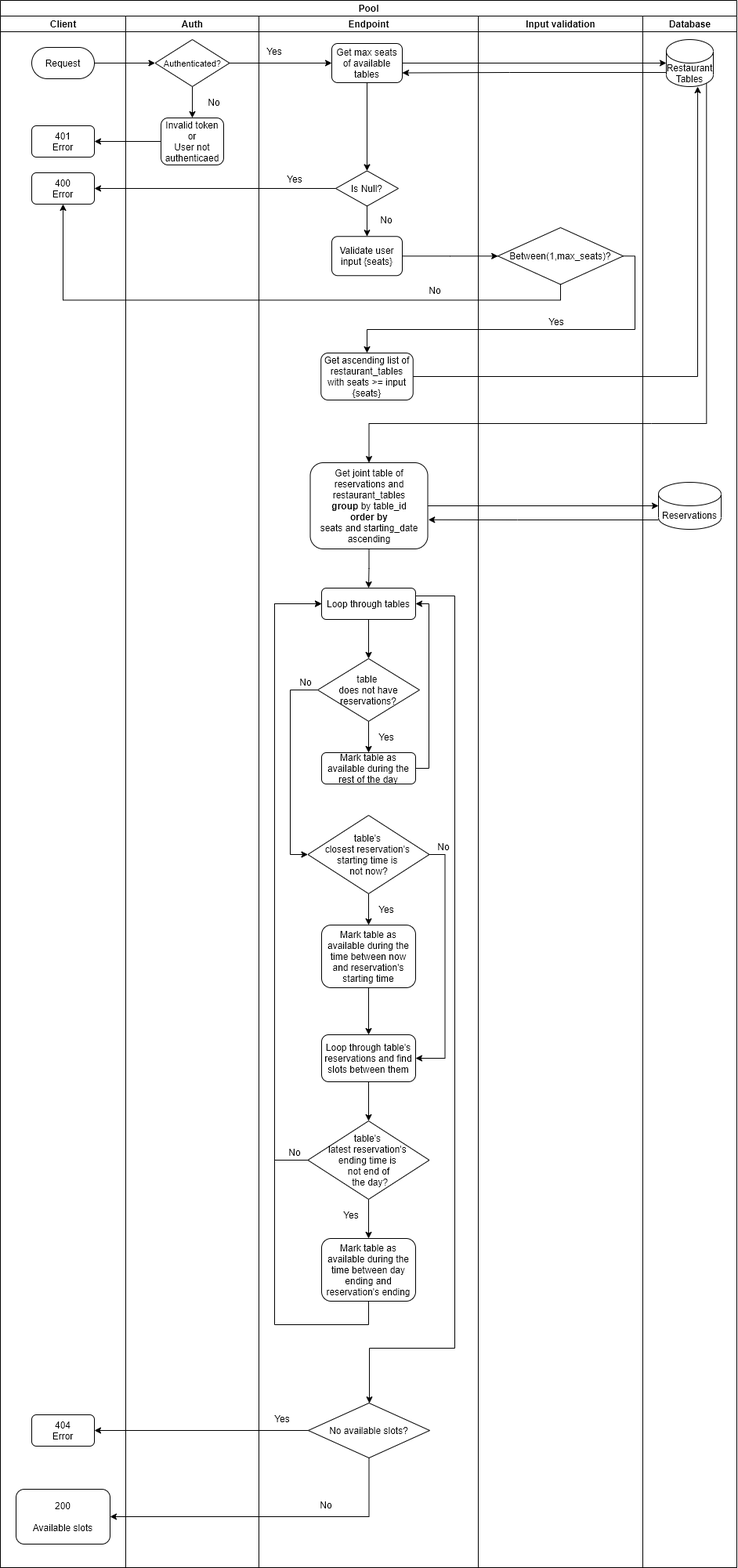
Earlier version of the draw.io export TableReservationFlow_CheckAvailable.png (MrAghyad/RestaurantTableReservation). Source tidied: cells renumbered, new cells last; positions are measured from the earlier drawing's top-left corner, leaving out a move shared by most shapes.
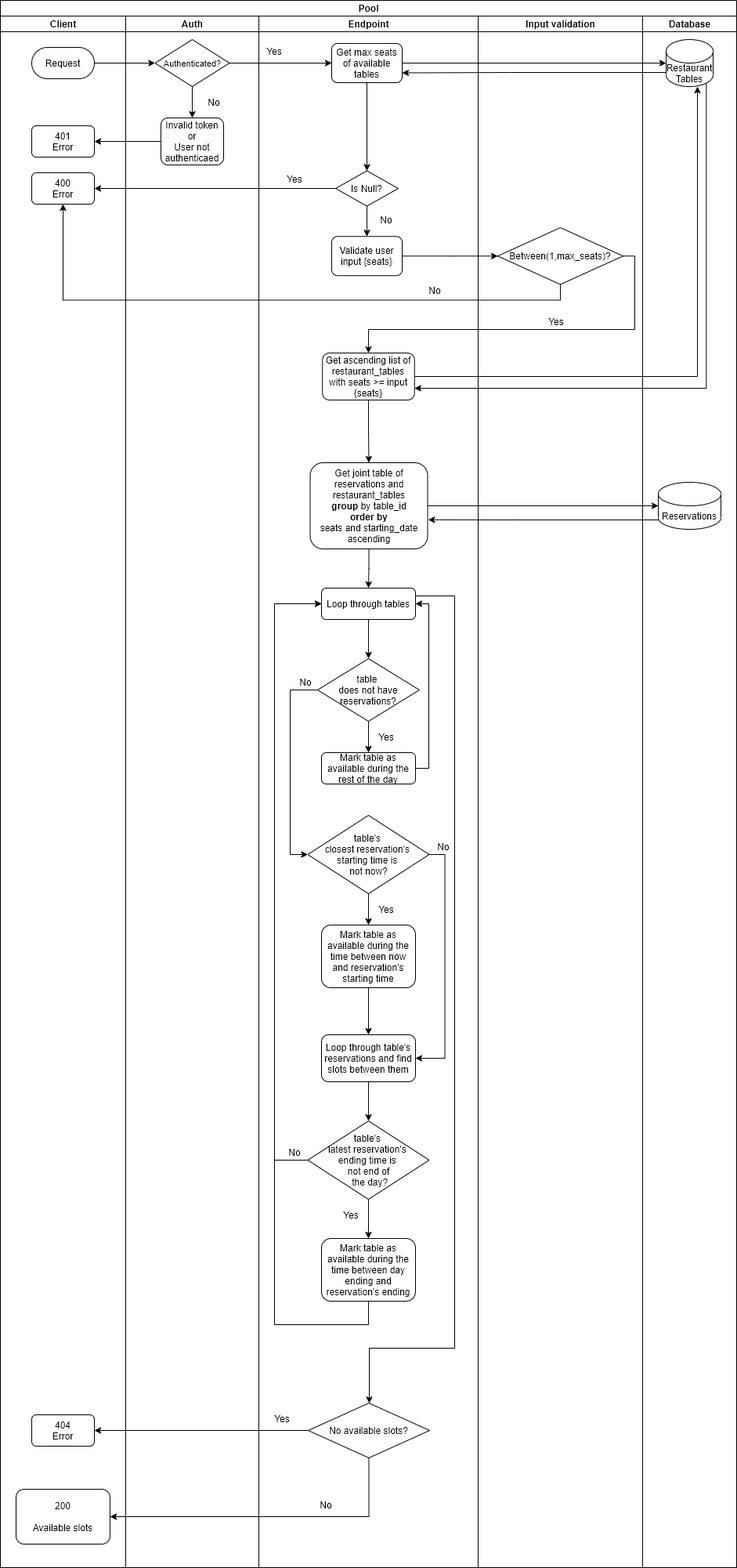
After the commit.

Commit message:
Updated checkAvailable flow diagram

Diff of the diagram source:
```diff
@@ -56,8 +56,11 @@
     <mxCell id="19" value="Validate user input {seats}" style="rounded=1;whiteSpace=wrap;html=1;" parent="14" vertex="1">
       <mxGeometry x="93" y="281.2" width="90" height="50" as="geometry" />
     </mxCell>
+    <mxCell id="77" style="edgeStyle=orthogonalEdgeStyle;rounded=0;jettySize=auto;html=1;exitX=0.5;exitY=1;exitDx=0;exitDy=0;" parent="14" edge="1" source="20" target="22">
+      <mxGeometry relative="1" as="geometry" />
+    </mxCell>
     <mxCell id="20" value="Get ascending list of restaurant_tables with seats &amp;gt;= input {seats}" style="rounded=1;whiteSpace=wrap;html=1;" parent="14" vertex="1">
-      <mxGeometry x="79.2" y="430" width="117.5" height="60" as="geometry" />
+      <mxGeometry x="81.2" y="430" width="117.5" height="60" as="geometry" />
     </mxCell>
     <mxCell id="21" style="edgeStyle=orthogonalEdgeStyle;rounded=0;jettySize=auto;html=1;exitX=0.5;exitY=1;exitDx=0;exitDy=0;" parent="14" edge="1" source="22" target="25">
       <mxGeometry relative="1" as="geometry" />
@@ -243,18 +246,17 @@
         <Array as="points">
           <mxPoint x="810" y="326" />
           <mxPoint x="810" y="420" />
-          <mxPoint x="468" y="420" />
+          <mxPoint x="470" y="420" />
         </Array>
       </mxGeometry>
     </mxCell>
     <mxCell id="71" style="edgeStyle=orthogonalEdgeStyle;rounded=0;jettySize=auto;html=1;entryX=0.667;entryY=1;entryDx=0;entryDy=0;entryPerimeter=0;" parent="2" edge="1" source="20" target="60">
       <mxGeometry relative="1" as="geometry" />
     </mxCell>
-    <mxCell id="72" style="edgeStyle=orthogonalEdgeStyle;rounded=0;jettySize=auto;html=1;exitX=0.855;exitY=1;exitDx=0;exitDy=-4.35;exitPerimeter=0;entryX=0.5;entryY=0;entryDx=0;entryDy=0;" parent="2" edge="1" source="60" target="22">
+    <mxCell id="72" style="edgeStyle=orthogonalEdgeStyle;rounded=0;jettySize=auto;html=1;exitX=0.855;exitY=1;exitDx=0;exitDy=-4.35;exitPerimeter=0;entryX=1;entryY=0.75;entryDx=0;entryDy=0;" parent="2" edge="1" source="60" target="20">
       <mxGeometry relative="1" as="geometry">
         <Array as="points">
-          <mxPoint x="831" y="540" />
-          <mxPoint x="435" y="540" />
+          <mxPoint x="901" y="495" />
         </Array>
       </mxGeometry>
     </mxCell>
```
